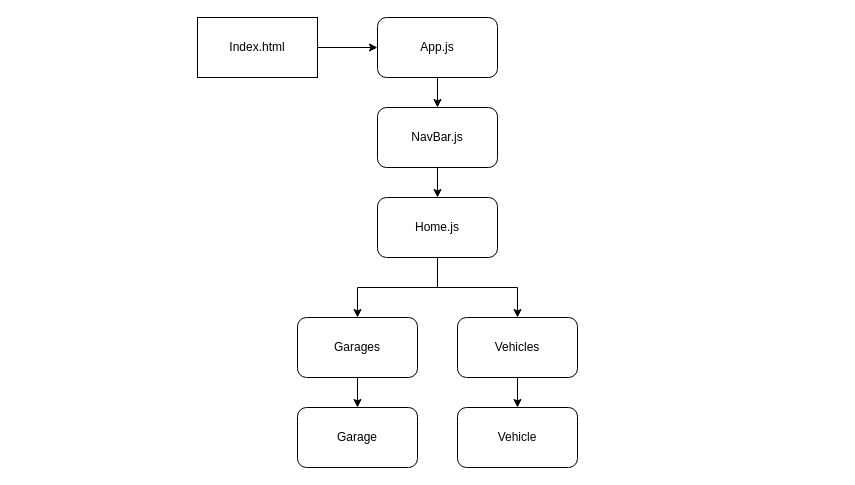
The draw.io diagram communitygaragechd.drawio in d-lewis9442/communityGarage, before the edit. Source tidied: cells renumbered, new cells numbered last; positions are measured from the earlier drawing's top-left corner, leaving out a move shared by most shapes. Both pictures are drawn from the tidied source at 100%, with x=0, y=0 at pixel (197, 17).
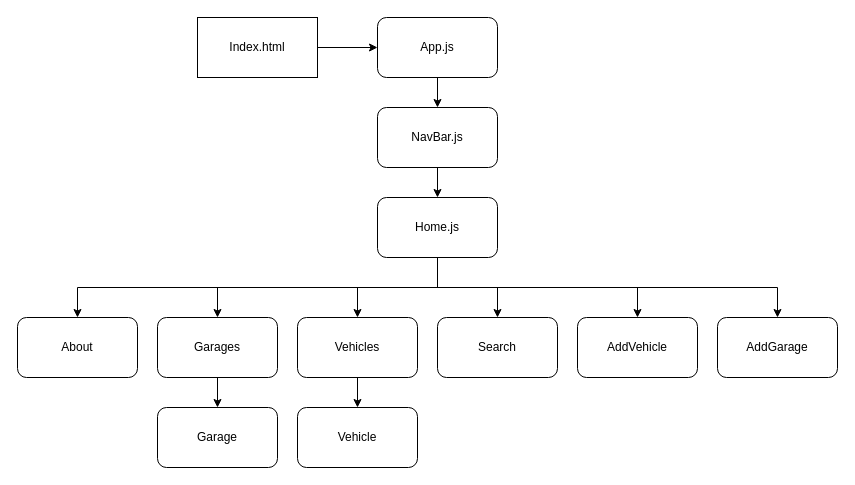
The same diagram, later.

Unchanged cells that the change refers to:
```xml
<mxCell id="15" value="Home.js" style="rounded=1;whiteSpace=wrap;html=1;" parent="1" vertex="1">
  <mxGeometry x="180" y="180" width="120" height="60" as="geometry" />
</mxCell>
```

What changed in the source:
```diff
@@
     <mxCell id="7" value="Garages" style="rounded=1;whiteSpace=wrap;html=1;" parent="1" vertex="1">
-      <mxGeometry x="100" y="300" width="120" height="60" as="geometry" />
+      <mxGeometry x="-40" y="300" width="120" height="60" as="geometry" />
     </mxCell>
     <mxCell id="8" value="Vehicles" style="rounded=1;whiteSpace=wrap;html=1;" parent="1" vertex="1">
-      <mxGeometry x="260" y="300" width="120" height="60" as="geometry" />
+      <mxGeometry x="100" y="300" width="120" height="60" as="geometry" />
     </mxCell>
@@
     <mxCell id="11" value="Garage" style="rounded=1;whiteSpace=wrap;html=1;" parent="1" vertex="1">
-      <mxGeometry x="100" y="390" width="120" height="60" as="geometry" />
+      <mxGeometry x="-40" y="390" width="120" height="60" as="geometry" />
     </mxCell>
     <mxCell id="12" value="Vehicle" style="rounded=1;whiteSpace=wrap;html=1;" parent="1" vertex="1">
-      <mxGeometry x="260" y="390" width="120" height="60" as="geometry" />
+      <mxGeometry x="100" y="390" width="120" height="60" as="geometry" />
     </mxCell>
@@
+    <mxCell id="17" style="edgeStyle=orthogonalEdgeStyle;rounded=0;jettySize=auto;html=1;exitX=0.5;exitY=1;exitDx=0;exitDy=0;" parent="1" edge="1" source="15" target="23">
+      <mxGeometry relative="1" as="geometry" />
+    </mxCell>
+    <mxCell id="18" style="edgeStyle=orthogonalEdgeStyle;rounded=0;jettySize=auto;html=1;exitX=0.5;exitY=1;exitDx=0;exitDy=0;" parent="1" edge="1" source="15" target="24">
+      <mxGeometry relative="1" as="geometry" />
+    </mxCell>
@@
+    <mxCell id="19" value="About" style="rounded=1;whiteSpace=wrap;html=1;" parent="1" vertex="1">
+      <mxGeometry x="-180" y="300" width="120" height="60" as="geometry" />
+    </mxCell>
+    <mxCell id="20" style="edgeStyle=elbowEdgeStyle;elbow=vertical;endArrow=classic;html=1;rounded=0;entryX=0.5;entryY=0;entryDx=0;entryDy=0;exitX=0.5;exitY=1;exitDx=0;exitDy=0;" parent="1" edge="1" source="15" target="19">
+      <mxGeometry relative="1" as="geometry" />
+    </mxCell>
+    <mxCell id="21" style="edgeStyle=elbowEdgeStyle;elbow=vertical;endArrow=classic;html=1;rounded=0;exitX=0.5;exitY=1;exitDx=0;exitDy=0;" parent="1" edge="1" source="15" target="22">
+      <mxGeometry relative="1" as="geometry" />
+    </mxCell>
+    <mxCell id="22" value="Search" style="rounded=1;whiteSpace=wrap;html=1;" parent="1" vertex="1">
+      <mxGeometry x="240" y="300" width="120" height="60" as="geometry" />
+    </mxCell>
+    <mxCell id="23" value="AddVehicle" style="whiteSpace=wrap;html=1;rounded=1;" parent="1" vertex="1">
+      <mxGeometry x="380" y="300" width="120" height="60" as="geometry" />
+    </mxCell>
+    <mxCell id="24" value="AddGarage" style="whiteSpace=wrap;html=1;rounded=1;" parent="1" vertex="1">
+      <mxGeometry x="520" y="300" width="120" height="60" as="geometry" />
+    </mxCell>
```
